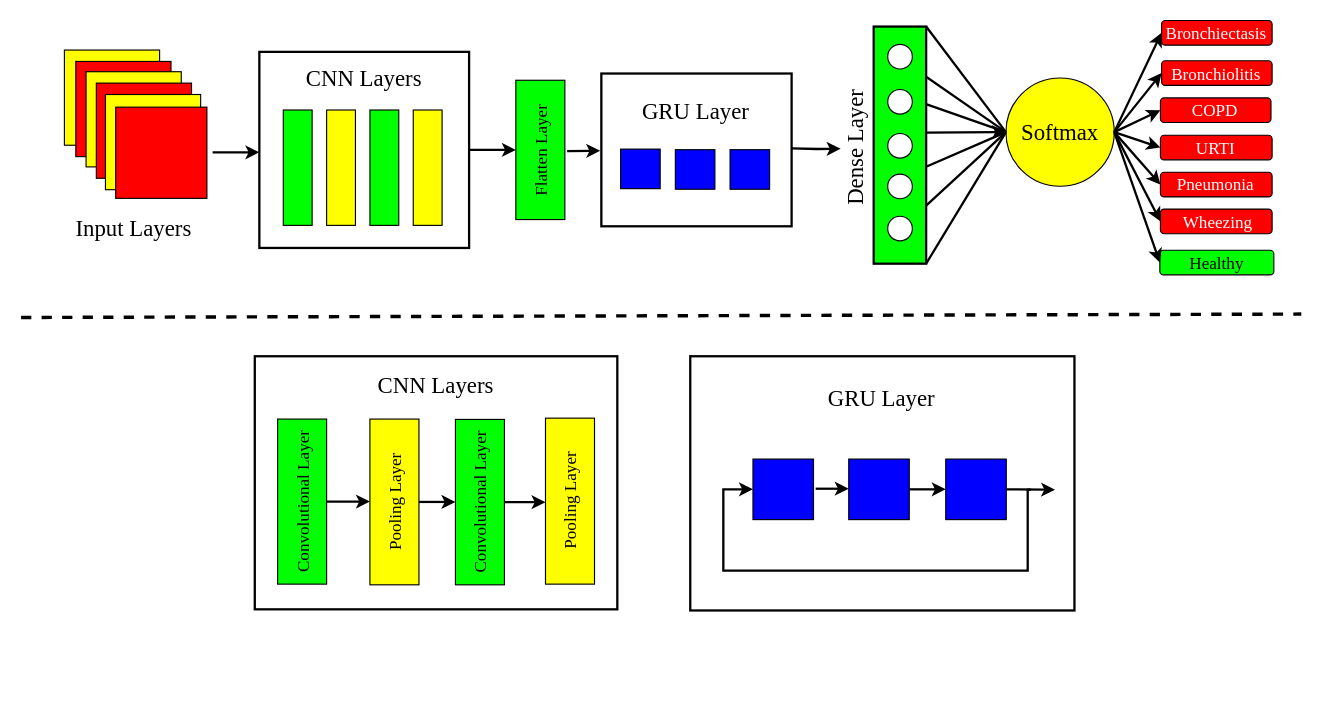
This is FYP - GRU.drawio from a3X3k/-Random-, a draw.io file, before an edit. Source tidied: cells renumbered, new cells numbered last; positions are measured from the earlier drawing's top-left corner, leaving out a move shared by most shapes. Both pictures are drawn from the tidied source at 114%, with x=0, y=0 at pixel (21, 19).
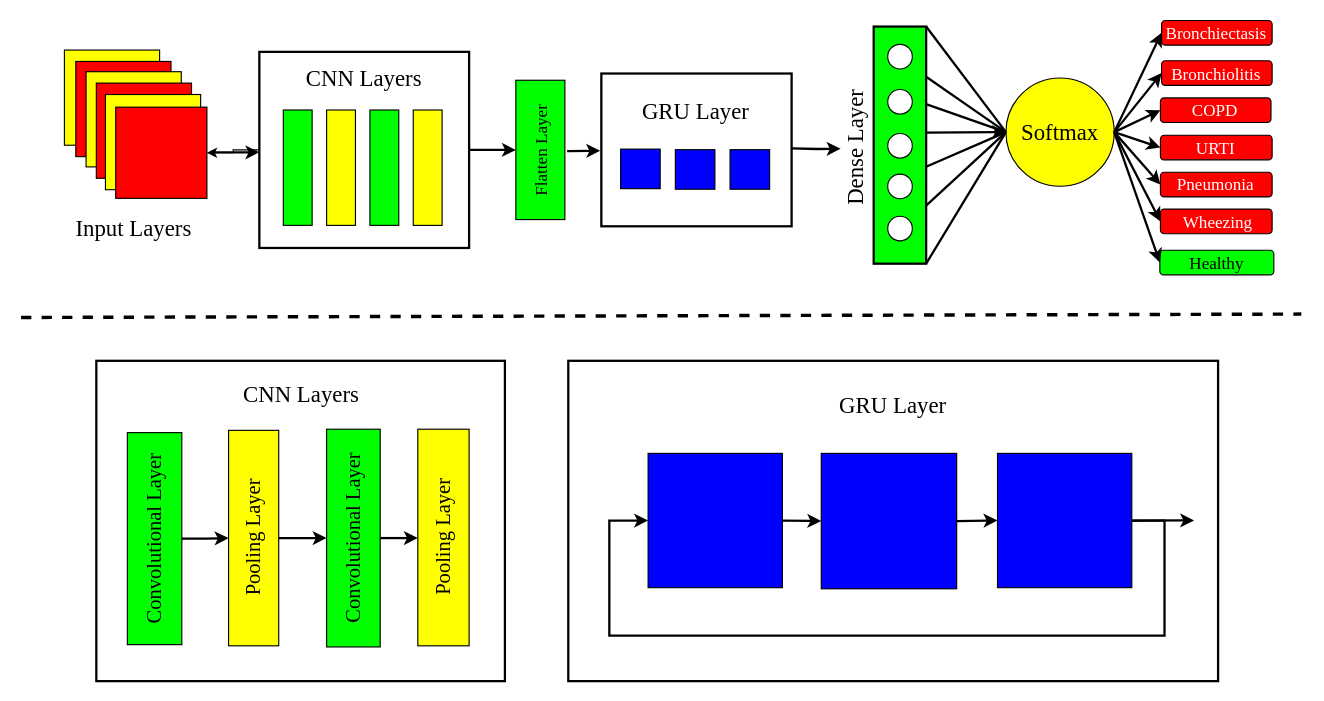
The same page after the edit.

The change refers to these unchanged cells:
```xml
<mxCell id="3" style="rounded=0;whiteSpace=wrap;html=1;strokeWidth=2;labelPosition=center;verticalLabelPosition=middle;align=center;verticalAlign=middle;" parent="1" vertex="1">
  <mxGeometry x="209" y="28" width="184" height="172" as="geometry" />
</mxCell>
<mxCell id="9" style="whiteSpace=wrap;html=1;fillColor=#FF0000;shadow=0;strokeColor=#000000;rounded=0;sketch=0;glass=0;strokeWidth=1;fillStyle=auto;perimeterSpacing=0;fontSize=20;flipH=0;flipV=1;rotation=0;" parent="1" vertex="1">
  <mxGeometry x="83" y="76.5" width="80" height="80" as="geometry" />
</mxCell>
```

Diff of the diagram source:
```diff
@@
+    <mxCell id="73" style="edgeStyle=orthogonalEdgeStyle;rounded=0;jettySize=auto;html=1;" parent="1" edge="1" source="3" target="9">
+      <mxGeometry relative="1" as="geometry" />
+    </mxCell>
@@
     <mxCell id="44" style="rounded=0;whiteSpace=wrap;html=1;strokeWidth=2;labelPosition=center;verticalLabelPosition=middle;align=center;verticalAlign=middle;" parent="1" vertex="1">
-      <mxGeometry x="205" y="295" width="318" height="222" as="geometry" />
+      <mxGeometry x="66" y="299" width="358.4" height="281" as="geometry" />
     </mxCell>
@@
-    <mxCell id="46" value="&lt;font style=&quot;font-size: 15px;&quot;&gt;Convolutional Layer&lt;/font&gt;" style="rounded=0;whiteSpace=wrap;html=1;direction=north;labelPosition=center;verticalLabelPosition=middle;align=center;verticalAlign=middle;horizontal=0;fontFamily=Times New Roman;fillColor=#00FF00;" parent="1" vertex="1">
-      <mxGeometry x="225" y="350.1" width="43" height="144.8" as="geometry" />
+    <mxCell id="46" value="&lt;font style=&quot;font-size: 18px;&quot;&gt;Convolutional Layer&lt;/font&gt;" style="rounded=0;whiteSpace=wrap;html=1;direction=north;labelPosition=center;verticalLabelPosition=middle;align=center;verticalAlign=middle;horizontal=0;fontFamily=Times New Roman;fillColor=#00FF00;" parent="1" vertex="1">
+      <mxGeometry x="93.2" y="362" width="47.8" height="186" as="geometry" />
     </mxCell>
@@
-    <mxCell id="48" value="&lt;font style=&quot;font-size: 15px;&quot;&gt;Pooling Layer&lt;/font&gt;" style="rounded=0;whiteSpace=wrap;html=1;direction=north;labelPosition=center;verticalLabelPosition=middle;align=center;verticalAlign=middle;horizontal=0;fontFamily=Times New Roman;fillColor=#FFFF00;" parent="1" vertex="1">
-      <mxGeometry x="306" y="350.1" width="43" height="145.4" as="geometry" />
+    <mxCell id="48" value="&lt;font style=&quot;font-size: 18px;&quot;&gt;Pooling Layer&lt;/font&gt;" style="rounded=0;whiteSpace=wrap;html=1;direction=north;labelPosition=center;verticalLabelPosition=middle;align=center;verticalAlign=middle;horizontal=0;fontFamily=Times New Roman;fillColor=#FFFF00;" parent="1" vertex="1">
+      <mxGeometry x="182" y="360" width="44" height="189" as="geometry" />
     </mxCell>
@@
-    <mxCell id="50" value="&lt;font style=&quot;font-size: 15px;&quot;&gt;Convolutional Layer&lt;/font&gt;" style="rounded=0;whiteSpace=wrap;html=1;direction=north;labelPosition=center;verticalLabelPosition=middle;align=center;verticalAlign=middle;horizontal=0;fontFamily=Times New Roman;fillColor=#00FF00;" parent="1" vertex="1">
-      <mxGeometry x="381" y="350.4" width="43" height="145.1" as="geometry" />
+    <mxCell id="50" value="&lt;font style=&quot;font-size: 18px;&quot;&gt;Convolutional Layer&lt;/font&gt;" style="rounded=0;whiteSpace=wrap;html=1;direction=north;labelPosition=center;verticalLabelPosition=middle;align=center;verticalAlign=middle;horizontal=0;fontFamily=Times New Roman;fillColor=#00FF00;" parent="1" vertex="1">
+      <mxGeometry x="268" y="359" width="47" height="191" as="geometry" />
     </mxCell>
-    <mxCell id="51" value="&lt;font style=&quot;font-size: 15px;&quot;&gt;Pooling Layer&lt;/font&gt;" style="rounded=0;whiteSpace=wrap;html=1;direction=north;labelPosition=center;verticalLabelPosition=middle;align=center;verticalAlign=middle;horizontal=0;fontFamily=Times New Roman;fillColor=#FFFF00;" parent="1" vertex="1">
-      <mxGeometry x="460" y="349.3" width="43" height="145.6" as="geometry" />
+    <mxCell id="51" value="&lt;font style=&quot;font-size: 18px;&quot;&gt;Pooling Layer&lt;/font&gt;" style="rounded=0;whiteSpace=wrap;html=1;direction=north;labelPosition=center;verticalLabelPosition=middle;align=center;verticalAlign=middle;horizontal=0;fontFamily=Times New Roman;fillColor=#FFFF00;" parent="1" vertex="1">
+      <mxGeometry x="348" y="359" width="45" height="190" as="geometry" />
     </mxCell>
     <mxCell id="52" value="CNN Layers" style="text;html=1;strokeColor=none;fillColor=none;align=center;verticalAlign=middle;whiteSpace=wrap;rounded=0;shadow=0;glass=0;sketch=0;fillStyle=auto;strokeWidth=1;fontFamily=Times New Roman;fontSize=20;" parent="1" vertex="1">
-      <mxGeometry x="311.9" y="304.8" width="104.1" height="30" as="geometry" />
+      <mxGeometry x="194.4" y="313" width="104.1" height="30" as="geometry" />
     </mxCell>
@@
     <mxCell id="57" style="rounded=0;whiteSpace=wrap;html=1;strokeWidth=2;labelPosition=center;verticalLabelPosition=middle;align=center;verticalAlign=middle;" parent="1" vertex="1">
-      <mxGeometry x="587" y="295" width="337" height="223" as="geometry" />
+      <mxGeometry x="480" y="299" width="570" height="281" as="geometry" />
     </mxCell>
     <mxCell id="58" value="GRU Layer" style="text;html=1;strokeColor=none;fillColor=none;align=center;verticalAlign=middle;whiteSpace=wrap;rounded=0;shadow=0;glass=0;sketch=0;fillStyle=auto;strokeWidth=1;fontFamily=Times New Roman;fontSize=20;" parent="1" vertex="1">
-      <mxGeometry x="703.4" y="316" width="104.1" height="30" as="geometry" />
+      <mxGeometry x="712.9" y="322" width="104.1" height="30" as="geometry" />
     </mxCell>
-    <mxCell id="59" style="edgeStyle=orthogonalEdgeStyle;rounded=0;jettySize=auto;html=1;entryX=0;entryY=0.5;entryDx=0;entryDy=0;strokeWidth=2;" parent="1" edge="1" target="60">
-      <mxGeometry relative="1" as="geometry">
-        <mxPoint x="886" y="412" as="sourcePoint" />
-        <Array as="points">
-          <mxPoint x="883" y="412" />
-          <mxPoint x="883" y="483" />
-          <mxPoint x="616" y="483" />
-          <mxPoint x="616" y="412" />
-        </Array>
-      </mxGeometry>
-    </mxCell>
     <mxCell id="60" style="whiteSpace=wrap;html=1;fillColor=#0000FF;" parent="1" vertex="1">
-      <mxGeometry x="642" y="385.2" width="53.1" height="53.1" as="geometry" />
+      <mxGeometry x="550" y="380.2" width="117.8" height="117.8" as="geometry" />
     </mxCell>
     <mxCell id="61" style="whiteSpace=wrap;html=1;fillColor=#0000FF;" parent="1" vertex="1">
-      <mxGeometry x="726" y="385.2" width="53.1" height="53.1" as="geometry" />
+      <mxGeometry x="701.9" y="380.2" width="118.8" height="118.8" as="geometry" />
     </mxCell>
-    <mxCell id="62" style="rounded=0;jettySize=auto;html=1;exitX=1;exitY=0.5;exitDx=0;exitDy=0;strokeWidth=2;" parent="1" edge="1" source="63">
-      <mxGeometry relative="1" as="geometry">
-        <mxPoint x="907" y="412" as="targetPoint" />
-      </mxGeometry>
-    </mxCell>
+    <mxCell id="74" style="edgeStyle=orthogonalEdgeStyle;rounded=0;jettySize=auto;html=1;exitX=1;exitY=0.5;exitDx=0;exitDy=0;entryX=0;entryY=0.5;entryDx=0;entryDy=0;strokeWidth=2;" parent="1" edge="1" source="63" target="60">
+      <mxGeometry relative="1" as="geometry">
+        <Array as="points">
+          <mxPoint x="1003" y="439" />
+          <mxPoint x="1003" y="540" />
+          <mxPoint x="516" y="540" />
+          <mxPoint x="516" y="439" />
+        </Array>
+      </mxGeometry>
+    </mxCell>
     <mxCell id="63" style="whiteSpace=wrap;html=1;fillColor=#0000FF;" parent="1" vertex="1">
-      <mxGeometry x="811.1" y="385.2" width="53.1" height="53.1" as="geometry" />
+      <mxGeometry x="856.5" y="380.2" width="117.8" height="117.8" as="geometry" />
     </mxCell>
-    <mxCell id="64" style="endArrow=classic;html=1;rounded=0;strokeWidth=2;fontFamily=Times New Roman;fontSize=20;" parent="1" edge="1">
-      <mxGeometry relative="1" as="geometry">
-        <mxPoint x="697" y="411.2" as="sourcePoint" />
-        <mxPoint x="726" y="411.2" as="targetPoint" />
-      </mxGeometry>
-    </mxCell>
@@
+    <mxCell id="75" style="endArrow=classic;html=1;rounded=0;strokeWidth=2;fontFamily=Times New Roman;fontSize=20;exitX=1;exitY=0.5;exitDx=0;exitDy=0;entryX=0;entryY=0.5;entryDx=0;entryDy=0;" parent="1" edge="1" source="60" target="61">
+      <mxGeometry relative="1" as="geometry" />
+    </mxCell>
+    <mxCell id="76" style="endArrow=classic;html=1;rounded=0;strokeWidth=2;fontFamily=Times New Roman;fontSize=20;exitX=1;exitY=0.5;exitDx=0;exitDy=0;" parent="1" edge="1" source="63">
+      <mxGeometry relative="1" as="geometry">
+        <mxPoint x="1029" y="439" as="targetPoint" />
+      </mxGeometry>
+    </mxCell>
```
